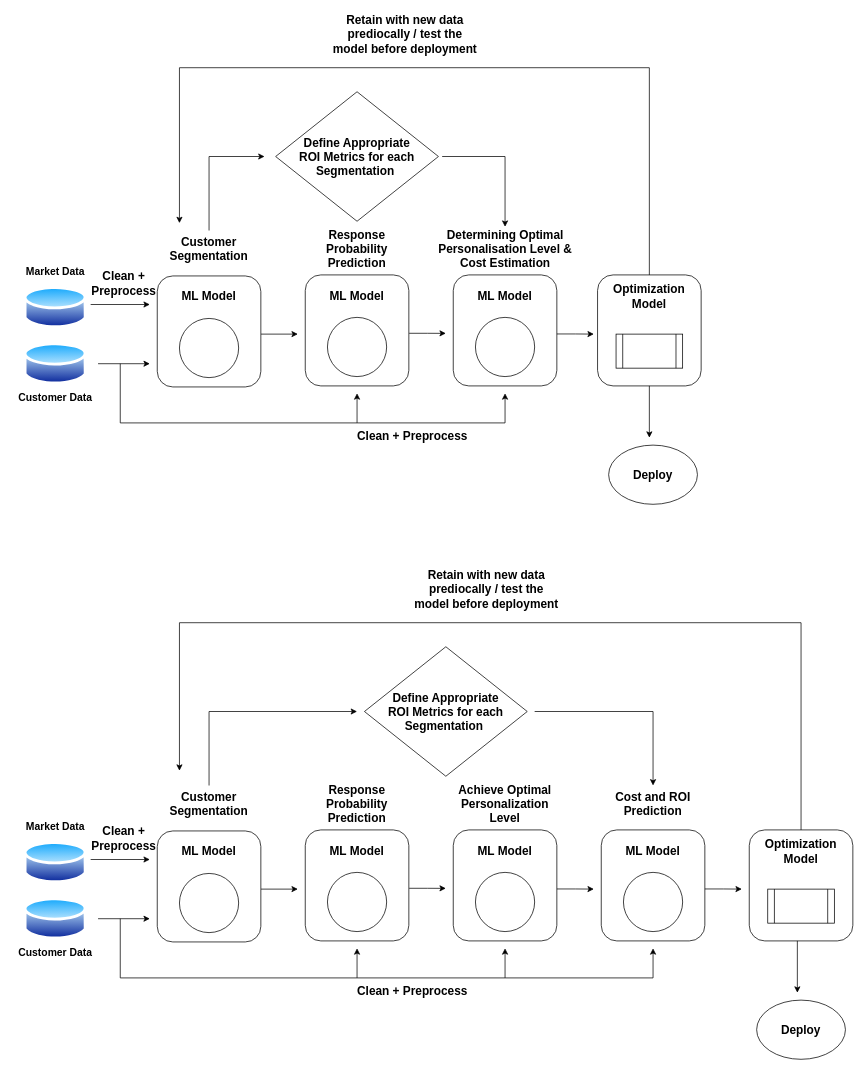
The draw.io diagram GrpB_models/B4_ZhiSherng/cost_effectiveness_model.drawio in Yihe-Harry/DSA3101-Group-Project, before the edit. Source tidied: cells renumbered, new cells numbered last; positions are measured from the earlier drawing's top-left corner, leaving out a move shared by most shapes. Both pictures are drawn from the tidied source at 74%, with x=0, y=0 at pixel (13, 16).
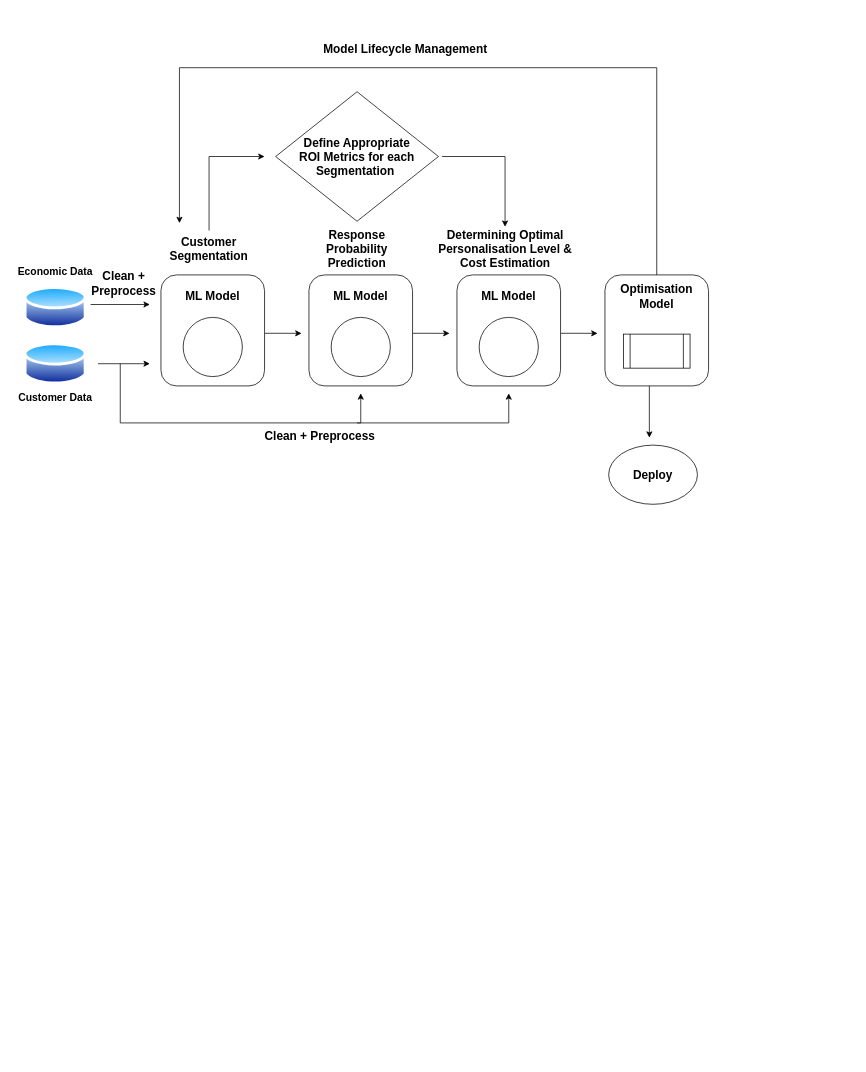
Above is the later version.

Commit message:
rename retraining cycle

The change refers to these unchanged cells:
```xml
<mxCell id="32" style="rounded=1;whiteSpace=wrap;html=1;direction=south;" parent="31" vertex="1">
  <mxGeometry width="140" height="150" as="geometry" />
</mxCell>
```

The edit, as a diff of the source:
```diff
@@
-    <mxCell id="4" style="endArrow=classic;html=1;rounded=0;exitX=0.524;exitY=-0.002;exitDx=0;exitDy=0;exitPerimeter=0;" parent="1" edge="1" source="21">
-      <mxGeometry relative="1" as="geometry">
-        <mxPoint x="385" y="430" as="targetPoint" />
-      </mxGeometry>
-    </mxCell>
     <mxCell id="5" style="endArrow=classic;html=1;rounded=0;" parent="1" edge="1">
       <mxGeometry relative="1" as="geometry">
         <mxPoint x="145" y="470" as="sourcePoint" />
-        <mxPoint x="465" y="510" as="targetPoint" />
+        <mxPoint x="470" y="510" as="targetPoint" />
         <Array as="points">
           <mxPoint x="145" y="550" />
-          <mxPoint x="465" y="550" />
+          <mxPoint x="470" y="550" />
         </Array>
       </mxGeometry>
     </mxCell>
-    <mxCell id="6" style="group;" parent="1" vertex="1">
-      <mxGeometry x="595" y="350" width="140" height="150" as="geometry" />
-    </mxCell>
-    <mxCell id="7" style="edgeStyle=orthogonalEdgeStyle;rounded=0;jettySize=auto;html=1;exitX=0.532;exitY=0.004;exitDx=0;exitDy=0;exitPerimeter=0;" parent="6" edge="1" source="8">
-      <mxGeometry relative="1" as="geometry">
-        <mxPoint x="190" y="80" as="targetPoint" />
-      </mxGeometry>
-    </mxCell>
-    <mxCell id="8" style="rounded=1;whiteSpace=wrap;html=1;direction=south;" parent="6" vertex="1">
-      <mxGeometry width="140" height="150" as="geometry" />
-    </mxCell>
-    <mxCell id="9" style="ellipse;whiteSpace=wrap;html=1;" parent="6" vertex="1">
-      <mxGeometry x="30" y="57.4" width="80" height="80" as="geometry" />
-    </mxCell>
-    <mxCell id="10" value="&lt;font style=&quot;font-size: 16px;&quot;&gt;&lt;b&gt;ML Model&lt;/b&gt;&lt;/font&gt;" style="text;strokeColor=none;align=center;fillColor=none;html=1;verticalAlign=middle;whiteSpace=wrap;rounded=0;" parent="6" vertex="1">
-      <mxGeometry x="20" y="10" width="100" height="38.6" as="geometry" />
-    </mxCell>
@@
     <mxCell id="14" style="group;" parent="1" vertex="1">
-      <mxGeometry x="395" y="350" width="140" height="150" as="geometry" />
+      <mxGeometry x="400" y="350" width="140" height="150" as="geometry" />
     </mxCell>
@@
-    <mxCell id="20" style="group;" parent="1" vertex="1">
-      <mxGeometry x="195" y="351.4" width="140" height="150" as="geometry" />
-    </mxCell>
-    <mxCell id="21" style="rounded=1;whiteSpace=wrap;html=1;direction=south;" parent="20" vertex="1">
-      <mxGeometry width="140" height="150" as="geometry" />
-    </mxCell>
-    <mxCell id="22" style="ellipse;whiteSpace=wrap;html=1;" parent="20" vertex="1">
-      <mxGeometry x="30" y="57.4" width="80" height="80" as="geometry" />
-    </mxCell>
-    <mxCell id="23" value="&lt;font style=&quot;font-size: 16px;&quot;&gt;&lt;b&gt;ML Model&lt;/b&gt;&lt;/font&gt;" style="text;strokeColor=none;align=center;fillColor=none;html=1;verticalAlign=middle;whiteSpace=wrap;rounded=0;" parent="20" vertex="1">
-      <mxGeometry x="20" y="8.6" width="100" height="38.6" as="geometry" />
-    </mxCell>
     <mxCell id="24" style="endArrow=classic;html=1;rounded=0;" parent="1" edge="1">
       <mxGeometry relative="1" as="geometry">
         <mxPoint x="465" y="550" as="sourcePoint" />
-        <mxPoint x="665" y="510" as="targetPoint" />
+        <mxPoint x="670" y="510" as="targetPoint" />
         <Array as="points">
-          <mxPoint x="665" y="550" />
+          <mxPoint x="670" y="550" />
         </Array>
       </mxGeometry>
     </mxCell>
@@
-    <mxCell id="29" value="&lt;b&gt;&lt;font style=&quot;font-size: 14px;&quot;&gt;Market Data&lt;/font&gt;&lt;/b&gt;" style="text;strokeColor=none;align=center;fillColor=none;html=1;verticalAlign=middle;whiteSpace=wrap;rounded=0;" parent="1" vertex="1">
+    <mxCell id="29" value="&lt;b&gt;&lt;font style=&quot;font-size: 14px;&quot;&gt;Economic Data&lt;/font&gt;&lt;/b&gt;" style="text;strokeColor=none;align=center;fillColor=none;html=1;verticalAlign=middle;whiteSpace=wrap;rounded=0;" parent="1" vertex="1">
       <mxGeometry y="320" width="115" height="52.6" as="geometry" />
     </mxCell>
@@
     <mxCell id="31" style="group;" parent="1" vertex="1">
-      <mxGeometry x="790" y="350" width="140" height="150" as="geometry" />
+      <mxGeometry x="800" y="350" width="140" height="150" as="geometry" />
     </mxCell>
@@
-    <mxCell id="33" value="&lt;font style=&quot;font-size: 16px;&quot;&gt;&lt;b&gt;Optimization&lt;/b&gt;&lt;/font&gt;&lt;div&gt;&lt;font style=&quot;font-size: 16px;&quot;&gt;&lt;b&gt;Model&lt;/b&gt;&lt;/font&gt;&lt;/div&gt;" style="text;strokeColor=none;align=center;fillColor=none;html=1;verticalAlign=middle;whiteSpace=wrap;rounded=0;" parent="31" vertex="1">
+    <mxCell id="33" value="&lt;font style=&quot;font-size: 16px;&quot;&gt;&lt;b&gt;Optimisation&lt;/b&gt;&lt;/font&gt;&lt;div&gt;&lt;font style=&quot;font-size: 16px;&quot;&gt;&lt;b&gt;Model&lt;/b&gt;&lt;/font&gt;&lt;/div&gt;" style="text;strokeColor=none;align=center;fillColor=none;html=1;verticalAlign=middle;whiteSpace=wrap;rounded=0;" parent="31" vertex="1">
       <mxGeometry x="20" y="10" width="100" height="38.6" as="geometry" />
     </mxCell>
@@
     <mxCell id="35" value="&lt;b&gt;&lt;font style=&quot;font-size: 16px;&quot;&gt;Clean + Preprocess&lt;/font&gt;&lt;/b&gt;" style="text;strokeColor=none;align=center;fillColor=none;html=1;verticalAlign=middle;whiteSpace=wrap;rounded=0;" parent="1" vertex="1">
-      <mxGeometry x="455" y="542.6" width="170" height="50" as="geometry" />
+      <mxGeometry x="330" y="542.6" width="170" height="50" as="geometry" />
     </mxCell>
@@
     <mxCell id="37" style="endArrow=classic;html=1;rounded=0;exitX=0;exitY=0.5;exitDx=0;exitDy=0;" parent="1" edge="1" source="32">
       <mxGeometry relative="1" as="geometry">
         <mxPoint x="225" y="280" as="targetPoint" />
         <Array as="points">
-          <mxPoint x="860" y="70" />
+          <mxPoint x="870" y="70" />
           <mxPoint x="225" y="70" />
         </Array>
       </mxGeometry>
     </mxCell>
-    <mxCell id="38" value="&lt;b&gt;&lt;font style=&quot;font-size: 16px;&quot;&gt;Retain with new data prediocally / test the model before deployment&lt;/font&gt;&lt;/b&gt;" style="text;strokeColor=none;align=center;fillColor=none;html=1;verticalAlign=middle;whiteSpace=wrap;rounded=0;" parent="1" vertex="1">
-      <mxGeometry x="430" width="200" height="50" as="geometry" />
-    </mxCell>
@@
-    <mxCell id="42" value="&lt;b&gt;&lt;font style=&quot;font-size: 14px;&quot;&gt;Customer Data&lt;/font&gt;&lt;/b&gt;" style="text;strokeColor=none;align=center;fillColor=none;html=1;verticalAlign=middle;whiteSpace=wrap;rounded=0;" parent="1" vertex="1">
-      <mxGeometry y="1240" width="115" height="52.6" as="geometry" />
-    </mxCell>
-    <mxCell id="43" style="endArrow=classic;html=1;rounded=0;" parent="1" edge="1">
-      <mxGeometry relative="1" as="geometry">
-        <mxPoint x="115" y="1220" as="sourcePoint" />
-        <mxPoint x="185" y="1220" as="targetPoint" />
-      </mxGeometry>
-    </mxCell>
-    <mxCell id="44" style="endArrow=classic;html=1;rounded=0;exitX=0.524;exitY=-0.002;exitDx=0;exitDy=0;exitPerimeter=0;" parent="1" edge="1" source="61">
-      <mxGeometry relative="1" as="geometry">
-        <mxPoint x="385" y="1180" as="targetPoint" />
-      </mxGeometry>
-    </mxCell>
-    <mxCell id="45" style="endArrow=classic;html=1;rounded=0;" parent="1" edge="1">
-      <mxGeometry relative="1" as="geometry">
-        <mxPoint x="145" y="1220" as="sourcePoint" />
-        <mxPoint x="465" y="1260" as="targetPoint" />
-        <Array as="points">
-          <mxPoint x="145" y="1300" />
-          <mxPoint x="465" y="1300" />
-        </Array>
-      </mxGeometry>
-    </mxCell>
-    <mxCell id="46" style="group;" parent="1" vertex="1">
-      <mxGeometry x="595" y="1100" width="140" height="150" as="geometry" />
-    </mxCell>
-    <mxCell id="47" style="edgeStyle=orthogonalEdgeStyle;rounded=0;jettySize=auto;html=1;exitX=0.532;exitY=0.004;exitDx=0;exitDy=0;exitPerimeter=0;" parent="46" edge="1" source="48">
-      <mxGeometry relative="1" as="geometry">
-        <mxPoint x="190" y="80" as="targetPoint" />
-      </mxGeometry>
-    </mxCell>
-    <mxCell id="48" style="rounded=1;whiteSpace=wrap;html=1;direction=south;" parent="46" vertex="1">
-      <mxGeometry width="140" height="150" as="geometry" />
-    </mxCell>
-    <mxCell id="49" style="ellipse;whiteSpace=wrap;html=1;" parent="46" vertex="1">
-      <mxGeometry x="30" y="57.4" width="80" height="80" as="geometry" />
-    </mxCell>
-    <mxCell id="50" value="&lt;font style=&quot;font-size: 16px;&quot;&gt;&lt;b&gt;ML Model&lt;/b&gt;&lt;/font&gt;" style="text;strokeColor=none;align=center;fillColor=none;html=1;verticalAlign=middle;whiteSpace=wrap;rounded=0;" parent="46" vertex="1">
-      <mxGeometry x="20" y="10" width="100" height="38.6" as="geometry" />
-    </mxCell>
-    <mxCell id="51" value="&lt;b&gt;&lt;font style=&quot;font-size: 16px;&quot;&gt;Achieve Optimal Personalization Level&lt;/font&gt;&lt;/b&gt;" style="text;strokeColor=none;align=center;fillColor=none;html=1;verticalAlign=middle;whiteSpace=wrap;rounded=0;" parent="1" vertex="1">
-      <mxGeometry x="595" y="1050" width="140" height="30" as="geometry" />
-    </mxCell>
-    <mxCell id="52" value="&lt;b&gt;&lt;font style=&quot;font-size: 16px;&quot;&gt;Response Probability Prediction&lt;/font&gt;&lt;/b&gt;" style="text;strokeColor=none;align=center;fillColor=none;html=1;verticalAlign=middle;whiteSpace=wrap;rounded=0;" parent="1" vertex="1">
-      <mxGeometry x="395" y="1040" width="140" height="50" as="geometry" />
-    </mxCell>
-    <mxCell id="53" value="&lt;b&gt;&lt;font style=&quot;font-size: 16px;&quot;&gt;Customer Segmentation&lt;/font&gt;&lt;/b&gt;" style="text;strokeColor=none;align=center;fillColor=none;html=1;verticalAlign=middle;whiteSpace=wrap;rounded=0;" parent="1" vertex="1">
-      <mxGeometry x="195" y="1040" width="140" height="50" as="geometry" />
-    </mxCell>
-    <mxCell id="54" style="group;" parent="1" vertex="1">
-      <mxGeometry x="395" y="1100" width="140" height="150" as="geometry" />
-    </mxCell>
-    <mxCell id="55" style="edgeStyle=orthogonalEdgeStyle;rounded=0;jettySize=auto;html=1;exitX=0.526;exitY=-0.003;exitDx=0;exitDy=0;exitPerimeter=0;" parent="54" edge="1" source="56">
-      <mxGeometry relative="1" as="geometry">
-        <mxPoint x="190" y="79" as="targetPoint" />
-      </mxGeometry>
-    </mxCell>
-    <mxCell id="56" style="rounded=1;whiteSpace=wrap;html=1;direction=south;" parent="54" vertex="1">
-      <mxGeometry width="140" height="150" as="geometry" />
-    </mxCell>
-    <mxCell id="57" style="group;" parent="54" vertex="1">
-      <mxGeometry x="20" y="10" width="100" height="127.4" as="geometry" />
-    </mxCell>
-    <mxCell id="58" style="ellipse;whiteSpace=wrap;html=1;" parent="57" vertex="1">
-      <mxGeometry x="10" y="47.4" width="80" height="80" as="geometry" />
-    </mxCell>
-    <mxCell id="59" value="&lt;font style=&quot;font-size: 16px;&quot;&gt;&lt;b&gt;ML Model&lt;/b&gt;&lt;/font&gt;" style="text;strokeColor=none;align=center;fillColor=none;html=1;verticalAlign=middle;whiteSpace=wrap;rounded=0;" parent="57" vertex="1">
-      <mxGeometry width="100" height="38.6" as="geometry" />
-    </mxCell>
-    <mxCell id="60" style="group;" parent="1" vertex="1">
-      <mxGeometry x="195" y="1101.4" width="140" height="150" as="geometry" />
-    </mxCell>
-    <mxCell id="61" style="rounded=1;whiteSpace=wrap;html=1;direction=south;" parent="60" vertex="1">
-      <mxGeometry width="140" height="150" as="geometry" />
-    </mxCell>
-    <mxCell id="62" style="ellipse;whiteSpace=wrap;html=1;" parent="60" vertex="1">
-      <mxGeometry x="30" y="57.4" width="80" height="80" as="geometry" />
-    </mxCell>
-    <mxCell id="63" value="&lt;font style=&quot;font-size: 16px;&quot;&gt;&lt;b&gt;ML Model&lt;/b&gt;&lt;/font&gt;" style="text;strokeColor=none;align=center;fillColor=none;html=1;verticalAlign=middle;whiteSpace=wrap;rounded=0;" parent="60" vertex="1">
-      <mxGeometry x="20" y="8.6" width="100" height="38.6" as="geometry" />
-    </mxCell>
-    <mxCell id="64" style="endArrow=classic;html=1;rounded=0;" parent="1" edge="1">
-      <mxGeometry relative="1" as="geometry">
-        <mxPoint x="465" y="1300" as="sourcePoint" />
-        <mxPoint x="665" y="1260" as="targetPoint" />
-        <Array as="points">
-          <mxPoint x="665" y="1300" />
-        </Array>
-      </mxGeometry>
-    </mxCell>
-    <mxCell id="65" value="&lt;b&gt;&lt;font style=&quot;font-size: 16px;&quot;&gt;Cost and ROI&lt;/font&gt;&lt;/b&gt;&lt;div&gt;&lt;b&gt;&lt;font style=&quot;font-size: 16px;&quot;&gt;Prediction&lt;/font&gt;&lt;/b&gt;&lt;/div&gt;" style="text;strokeColor=none;align=center;fillColor=none;html=1;verticalAlign=middle;whiteSpace=wrap;rounded=0;" parent="1" vertex="1">
-      <mxGeometry x="795" y="1050" width="140" height="30" as="geometry" />
-    </mxCell>
-    <mxCell id="66" style="endArrow=classic;html=1;rounded=0;" parent="1" edge="1">
-      <mxGeometry relative="1" as="geometry">
-        <mxPoint x="665" y="1300" as="sourcePoint" />
-        <mxPoint x="865" y="1260" as="targetPoint" />
-        <Array as="points">
-          <mxPoint x="865" y="1300" />
-        </Array>
-      </mxGeometry>
-    </mxCell>
-    <mxCell id="67" style="group;" parent="1" vertex="1">
-      <mxGeometry x="795" y="1100" width="140" height="150" as="geometry" />
-    </mxCell>
-    <mxCell id="68" style="edgeStyle=orthogonalEdgeStyle;rounded=0;jettySize=auto;html=1;exitX=0.532;exitY=0.004;exitDx=0;exitDy=0;exitPerimeter=0;" parent="67" edge="1" source="69">
-      <mxGeometry relative="1" as="geometry">
-        <mxPoint x="190" y="80" as="targetPoint" />
-      </mxGeometry>
-    </mxCell>
-    <mxCell id="69" style="rounded=1;whiteSpace=wrap;html=1;direction=south;" parent="67" vertex="1">
-      <mxGeometry width="140" height="150" as="geometry" />
-    </mxCell>
-    <mxCell id="70" style="ellipse;whiteSpace=wrap;html=1;" parent="67" vertex="1">
-      <mxGeometry x="30" y="57.4" width="80" height="80" as="geometry" />
-    </mxCell>
-    <mxCell id="71" value="&lt;font style=&quot;font-size: 16px;&quot;&gt;&lt;b&gt;ML Model&lt;/b&gt;&lt;/font&gt;" style="text;strokeColor=none;align=center;fillColor=none;html=1;verticalAlign=middle;whiteSpace=wrap;rounded=0;" parent="67" vertex="1">
-      <mxGeometry x="20" y="10" width="100" height="38.6" as="geometry" />
-    </mxCell>
-    <mxCell id="72" style="rhombus;whiteSpace=wrap;html=1;" parent="1" vertex="1">
-      <mxGeometry x="475" y="852.5" width="220" height="175" as="geometry" />
-    </mxCell>
-    <mxCell id="73" style="endArrow=classic;html=1;rounded=0;" parent="1" edge="1">
-      <mxGeometry relative="1" as="geometry">
-        <mxPoint x="265" y="1040" as="sourcePoint" />
-        <mxPoint x="465" y="940" as="targetPoint" />
-        <Array as="points">
-          <mxPoint x="265" y="940" />
-        </Array>
-      </mxGeometry>
-    </mxCell>
-    <mxCell id="74" style="endArrow=classic;html=1;rounded=0;" parent="1" edge="1">
-      <mxGeometry relative="1" as="geometry">
-        <mxPoint x="705" y="940" as="sourcePoint" />
-        <mxPoint x="865" y="1040" as="targetPoint" />
-        <Array as="points">
-          <mxPoint x="865" y="940" />
-        </Array>
-      </mxGeometry>
-    </mxCell>
-    <mxCell id="75" value="&lt;b&gt;&lt;font style=&quot;font-size: 16px;&quot;&gt;Define Appropriate&lt;/font&gt;&lt;/b&gt;&lt;div&gt;&lt;b&gt;&lt;font style=&quot;font-size: 16px;&quot;&gt;ROI Metrics for each Segmentation&amp;nbsp;&lt;/font&gt;&lt;/b&gt;&lt;/div&gt;" style="text;strokeColor=none;align=center;fillColor=none;html=1;verticalAlign=middle;whiteSpace=wrap;rounded=0;" parent="1" vertex="1">
-      <mxGeometry x="495" y="910" width="180" height="60" as="geometry" />
-    </mxCell>
-    <mxCell id="76" style="image;perimeter=ellipsePerimeter;html=1;align=center;shadow=0;dashed=0;spacingTop=3;image=img/lib/active_directory/database.svg;" parent="1" vertex="1">
-      <mxGeometry x="15" y="1188.5" width="85" height="62.9" as="geometry" />
-    </mxCell>
-    <mxCell id="77" style="image;perimeter=ellipsePerimeter;html=1;align=center;shadow=0;dashed=0;spacingTop=3;image=img/lib/active_directory/database.svg;" parent="1" vertex="1">
-      <mxGeometry x="15" y="1112.6" width="85" height="62.9" as="geometry" />
-    </mxCell>
-    <mxCell id="78" value="&lt;b&gt;&lt;font style=&quot;font-size: 14px;&quot;&gt;Market Data&lt;/font&gt;&lt;/b&gt;" style="text;strokeColor=none;align=center;fillColor=none;html=1;verticalAlign=middle;whiteSpace=wrap;rounded=0;" parent="1" vertex="1">
-      <mxGeometry y="1070" width="115" height="52.6" as="geometry" />
-    </mxCell>
-    <mxCell id="79" style="endArrow=classic;html=1;rounded=0;" parent="1" edge="1">
-      <mxGeometry relative="1" as="geometry">
-        <mxPoint x="105" y="1140" as="sourcePoint" />
-        <mxPoint x="185" y="1140" as="targetPoint" />
-      </mxGeometry>
-    </mxCell>
-    <mxCell id="80" style="group;" parent="1" vertex="1">
-      <mxGeometry x="995" y="1100" width="140" height="150" as="geometry" />
-    </mxCell>
-    <mxCell id="81" style="rounded=1;whiteSpace=wrap;html=1;direction=south;" parent="80" vertex="1">
-      <mxGeometry width="140" height="150" as="geometry" />
-    </mxCell>
-    <mxCell id="82" value="&lt;font style=&quot;font-size: 16px;&quot;&gt;&lt;b&gt;Optimization&lt;/b&gt;&lt;/font&gt;&lt;div&gt;&lt;font style=&quot;font-size: 16px;&quot;&gt;&lt;b&gt;Model&lt;/b&gt;&lt;/font&gt;&lt;/div&gt;" style="text;strokeColor=none;align=center;fillColor=none;html=1;verticalAlign=middle;whiteSpace=wrap;rounded=0;" parent="80" vertex="1">
-      <mxGeometry x="20" y="10" width="100" height="38.6" as="geometry" />
-    </mxCell>
-    <mxCell id="83" style="shape=process;whiteSpace=wrap;html=1;backgroundOutline=1;" parent="80" vertex="1">
-      <mxGeometry x="25" y="80" width="90" height="46" as="geometry" />
-    </mxCell>
-    <mxCell id="84" value="&lt;b&gt;&lt;font style=&quot;font-size: 16px;&quot;&gt;Clean + Preprocess&lt;/font&gt;&lt;/b&gt;" style="text;strokeColor=none;align=center;fillColor=none;html=1;verticalAlign=middle;whiteSpace=wrap;rounded=0;" parent="1" vertex="1">
-      <mxGeometry x="455" y="1292.6" width="170" height="50" as="geometry" />
-    </mxCell>
-    <mxCell id="85" value="&lt;b&gt;&lt;font style=&quot;font-size: 16px;&quot;&gt;Clean +&lt;/font&gt;&lt;/b&gt;&lt;div&gt;&lt;b&gt;&lt;font style=&quot;font-size: 16px;&quot;&gt;Preprocess&lt;/font&gt;&lt;/b&gt;&lt;/div&gt;" style="text;strokeColor=none;align=center;fillColor=none;html=1;verticalAlign=middle;whiteSpace=wrap;rounded=0;" parent="1" vertex="1">
-      <mxGeometry x="100" y="1101.4" width="100" height="20" as="geometry" />
-    </mxCell>
-    <mxCell id="86" style="endArrow=classic;html=1;rounded=0;exitX=0;exitY=0.5;exitDx=0;exitDy=0;" parent="1" edge="1" source="81">
-      <mxGeometry relative="1" as="geometry">
-        <mxPoint x="225" y="1020" as="targetPoint" />
-        <Array as="points">
-          <mxPoint x="1065" y="820" />
-          <mxPoint x="225" y="820" />
-        </Array>
-      </mxGeometry>
-    </mxCell>
-    <mxCell id="87" value="&lt;b&gt;&lt;font style=&quot;font-size: 16px;&quot;&gt;Retain with new data prediocally / test the model before deployment&lt;/font&gt;&lt;/b&gt;" style="text;strokeColor=none;align=center;fillColor=none;html=1;verticalAlign=middle;whiteSpace=wrap;rounded=0;" parent="1" vertex="1">
-      <mxGeometry x="540" y="750" width="200" height="50" as="geometry" />
-    </mxCell>
-    <mxCell id="88" style="endArrow=classic;html=1;rounded=0;" parent="1" edge="1">
-      <mxGeometry relative="1" as="geometry">
-        <mxPoint x="1060" y="1250" as="sourcePoint" />
-        <mxPoint x="1060" y="1320" as="targetPoint" />
-      </mxGeometry>
-    </mxCell>
-    <mxCell id="89" style="ellipse;whiteSpace=wrap;html=1;" parent="1" vertex="1">
-      <mxGeometry x="1005" y="1330" width="120" height="80" as="geometry" />
-    </mxCell>
-    <mxCell id="90" value="&lt;b&gt;&lt;font style=&quot;font-size: 16px;&quot;&gt;Deploy&lt;/font&gt;&lt;/b&gt;" style="text;strokeColor=none;align=center;fillColor=none;html=1;verticalAlign=middle;whiteSpace=wrap;rounded=0;" parent="1" vertex="1">
-      <mxGeometry x="1035" y="1355" width="60" height="30" as="geometry" />
-    </mxCell>
@@
+    <mxCell id="94" value="&lt;font style=&quot;font-size: 16px;&quot;&gt;&lt;b&gt;Model Lifecycle Management&lt;/b&gt;&lt;/font&gt;" style="text;html=1;align=center;verticalAlign=middle;strokeColor=none;fillColor=none;" parent="1" vertex="1">
+      <mxGeometry x="410" y="30" width="240" height="30" as="geometry" />
+    </mxCell>
+    <mxCell id="95" style="group;" parent="1" vertex="1">
+      <mxGeometry x="600" y="350" width="140" height="150" as="geometry" />
+    </mxCell>
+    <mxCell id="96" style="edgeStyle=orthogonalEdgeStyle;rounded=0;jettySize=auto;html=1;exitX=0.526;exitY=-0.003;exitDx=0;exitDy=0;exitPerimeter=0;" parent="95" edge="1" source="97">
+      <mxGeometry relative="1" as="geometry">
+        <mxPoint x="190" y="79" as="targetPoint" />
+      </mxGeometry>
+    </mxCell>
+    <mxCell id="97" style="rounded=1;whiteSpace=wrap;html=1;direction=south;" parent="95" vertex="1">
+      <mxGeometry width="140" height="150" as="geometry" />
+    </mxCell>
+    <mxCell id="98" style="group;" parent="95" vertex="1">
+      <mxGeometry x="20" y="10" width="100" height="127.4" as="geometry" />
+    </mxCell>
+    <mxCell id="99" style="ellipse;whiteSpace=wrap;html=1;" parent="98" vertex="1">
+      <mxGeometry x="10" y="47.4" width="80" height="80" as="geometry" />
+    </mxCell>
+    <mxCell id="100" value="&lt;font style=&quot;font-size: 16px;&quot;&gt;&lt;b&gt;ML Model&lt;/b&gt;&lt;/font&gt;" style="text;strokeColor=none;align=center;fillColor=none;html=1;verticalAlign=middle;whiteSpace=wrap;rounded=0;" parent="98" vertex="1">
+      <mxGeometry width="100" height="38.6" as="geometry" />
+    </mxCell>
+    <mxCell id="101" style="group;" parent="1" vertex="1">
+      <mxGeometry x="200" y="350" width="140" height="150" as="geometry" />
+    </mxCell>
+    <mxCell id="102" style="edgeStyle=orthogonalEdgeStyle;rounded=0;jettySize=auto;html=1;exitX=0.526;exitY=-0.003;exitDx=0;exitDy=0;exitPerimeter=0;" parent="101" edge="1" source="103">
+      <mxGeometry relative="1" as="geometry">
+        <mxPoint x="190" y="79" as="targetPoint" />
+      </mxGeometry>
+    </mxCell>
+    <mxCell id="103" style="rounded=1;whiteSpace=wrap;html=1;direction=south;" parent="101" vertex="1">
+      <mxGeometry width="140" height="150" as="geometry" />
+    </mxCell>
+    <mxCell id="104" style="group;" parent="101" vertex="1">
+      <mxGeometry x="20" y="10" width="100" height="127.4" as="geometry" />
+    </mxCell>
+    <mxCell id="105" style="ellipse;whiteSpace=wrap;html=1;" parent="104" vertex="1">
+      <mxGeometry x="10" y="47.4" width="80" height="80" as="geometry" />
+    </mxCell>
+    <mxCell id="106" value="&lt;font style=&quot;font-size: 16px;&quot;&gt;&lt;b&gt;ML Model&lt;/b&gt;&lt;/font&gt;" style="text;strokeColor=none;align=center;fillColor=none;html=1;verticalAlign=middle;whiteSpace=wrap;rounded=0;" parent="104" vertex="1">
+      <mxGeometry width="100" height="38.6" as="geometry" />
+    </mxCell>
```
